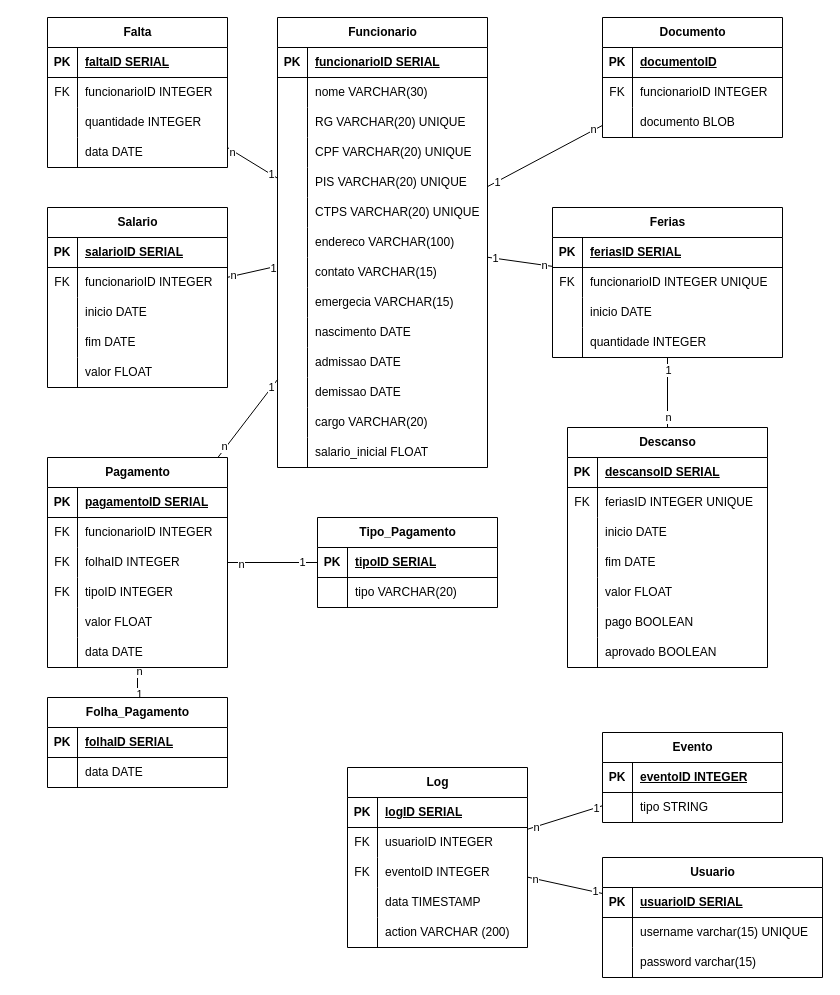
This is Primeiro Semestre/Entidade_Relacional.drawio from Lucas-RDV/TCC, a draw.io file, before an edit. Source tidied: cells renumbered, new cells numbered last; positions are measured from the earlier drawing's top-left corner, leaving out a move shared by most shapes. Both pictures are drawn from the tidied source at 100%, with x=0, y=0 at pixel (47, 17).
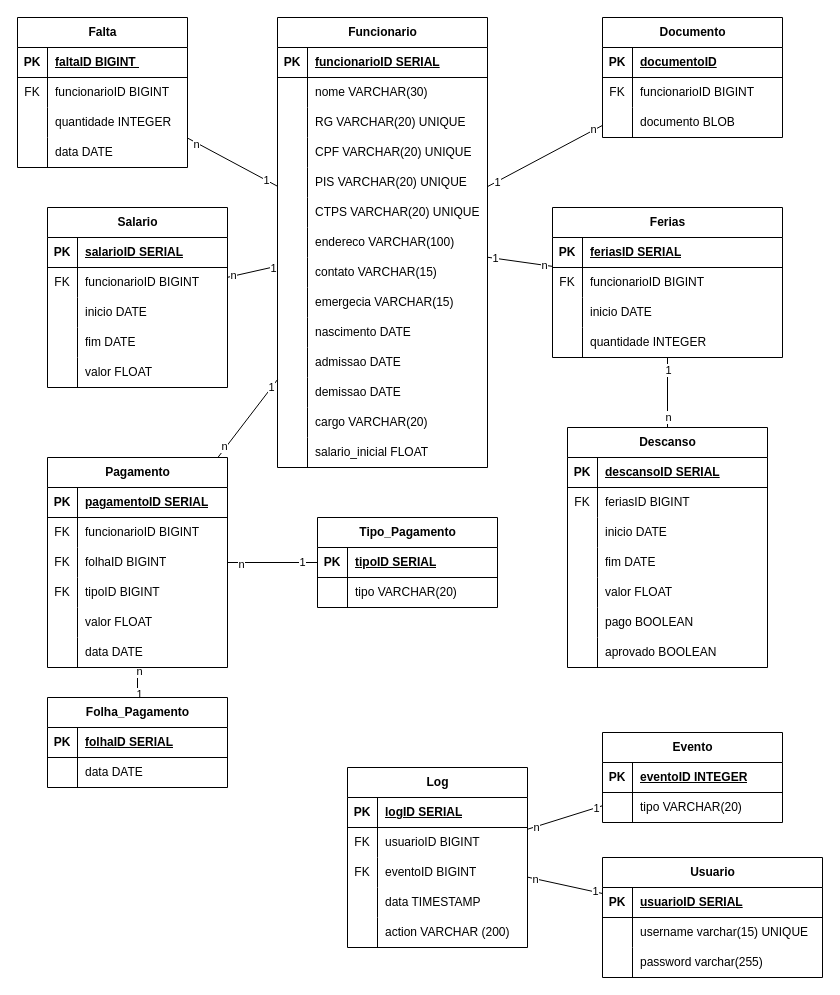
The same page after the edit.

The change refers to these unchanged cells:
```xml
<mxCell id="12" style="shape=tableRow;horizontal=0;startSize=0;swimlaneHead=0;swimlaneBody=0;fillColor=none;top=0;left=0;right=0;bottom=0;" parent="5" vertex="1">
  <mxGeometry y="90" width="220" height="30" as="geometry" />
</mxCell>
<mxCell id="65" style="shape=tableRow;horizontal=0;startSize=0;swimlaneHead=0;swimlaneBody=0;fillColor=none;top=0;left=0;right=0;bottom=0;" parent="61" vertex="1">
  <mxGeometry y="60" width="180" height="30" as="geometry" />
</mxCell>
<mxCell id="81" style="shape=tableRow;horizontal=0;startSize=0;swimlaneHead=0;swimlaneBody=0;fillColor=none;top=0;left=0;right=0;bottom=0;" parent="77" vertex="1">
  <mxGeometry y="60" width="200" height="30" as="geometry" />
</mxCell>
<mxCell id="106" style="shape=tableRow;horizontal=0;startSize=0;swimlaneHead=0;swimlaneBody=0;fillColor=none;top=0;left=0;right=0;bottom=0;" parent="102" vertex="1">
  <mxGeometry y="60" width="230" height="30" as="geometry" />
</mxCell>
<mxCell id="135" style="shape=tableRow;horizontal=0;startSize=0;swimlaneHead=0;swimlaneBody=0;fillColor=none;top=0;left=0;right=0;bottom=0;" parent="131" vertex="1">
  <mxGeometry y="60" width="180" height="30" as="geometry" />
</mxCell>
<mxCell id="157" style="shape=tableRow;horizontal=0;startSize=0;swimlaneHead=0;swimlaneBody=0;fillColor=none;top=0;left=0;right=0;bottom=0;" parent="153" vertex="1">
  <mxGeometry y="60" width="180" height="30" as="geometry" />
</mxCell>
<mxCell id="164" style="shape=tableRow;horizontal=0;startSize=0;swimlaneHead=0;swimlaneBody=0;fillColor=none;top=0;left=0;right=0;bottom=0;" parent="160" vertex="1">
  <mxGeometry y="60" width="180" height="30" as="geometry" />
</mxCell>
<mxCell id="167" style="shape=tableRow;horizontal=0;startSize=0;swimlaneHead=0;swimlaneBody=0;fillColor=none;top=0;left=0;right=0;bottom=0;" parent="160" vertex="1">
  <mxGeometry y="90" width="180" height="30" as="geometry" />
</mxCell>
<mxCell id="193" style="shape=tableRow;horizontal=0;startSize=0;swimlaneHead=0;swimlaneBody=0;fillColor=none;top=0;left=0;right=0;bottom=0;" parent="189" vertex="1">
  <mxGeometry y="60" width="180" height="30" as="geometry" />
</mxCell>
<mxCell id="196" style="shape=tableRow;horizontal=0;startSize=0;swimlaneHead=0;swimlaneBody=0;fillColor=none;top=0;left=0;right=0;bottom=0;" parent="189" vertex="1">
  <mxGeometry y="90" width="180" height="30" as="geometry" />
</mxCell>
<mxCell id="199" style="shape=tableRow;horizontal=0;startSize=0;swimlaneHead=0;swimlaneBody=0;fillColor=none;top=0;left=0;right=0;bottom=0;" parent="189" vertex="1">
  <mxGeometry y="120" width="180" height="30" as="geometry" />
</mxCell>
```

Diff of the diagram source:
```diff
@@
-    <mxCell id="14" value="password varchar(15)" style="shape=partialRectangle;fillColor=none;top=0;left=0;bottom=0;right=0;align=left;spacingLeft=6;overflow=hidden;whiteSpace=wrap;html=1;" parent="12" vertex="1">
+    <mxCell id="14" value="password varchar(255)" style="shape=partialRectangle;fillColor=none;top=0;left=0;bottom=0;right=0;align=left;spacingLeft=6;overflow=hidden;whiteSpace=wrap;html=1;" parent="12" vertex="1">
       <mxGeometry x="30" width="190" height="30" as="geometry" />
     </mxCell>
@@
-    <mxCell id="67" value="funcionarioID INTEGER" style="shape=partialRectangle;fillColor=none;top=0;left=0;bottom=0;right=0;align=left;spacingLeft=6;overflow=hidden;whiteSpace=wrap;html=1;" parent="65" vertex="1">
+    <mxCell id="67" value="funcionarioID BIGINT" style="shape=partialRectangle;fillColor=none;top=0;left=0;bottom=0;right=0;align=left;spacingLeft=6;overflow=hidden;whiteSpace=wrap;html=1;" parent="65" vertex="1">
       <mxGeometry x="30" width="150" height="30" as="geometry" />
     </mxCell>
@@
-    <mxCell id="83" value="feriasID INTEGER UNIQUE" style="shape=partialRectangle;fillColor=none;top=0;left=0;bottom=0;right=0;align=left;spacingLeft=6;overflow=hidden;whiteSpace=wrap;html=1;" parent="81" vertex="1">
+    <mxCell id="83" value="feriasID BIGINT" style="shape=partialRectangle;fillColor=none;top=0;left=0;bottom=0;right=0;align=left;spacingLeft=6;overflow=hidden;whiteSpace=wrap;html=1;" parent="81" vertex="1">
       <mxGeometry x="30" width="170" height="30" as="geometry" />
     </mxCell>
@@
-    <mxCell id="108" value="funcionarioID INTEGER UNIQUE" style="shape=partialRectangle;fillColor=none;top=0;left=0;bottom=0;right=0;align=left;spacingLeft=6;overflow=hidden;whiteSpace=wrap;html=1;" parent="106" vertex="1">
+    <mxCell id="108" value="funcionarioID BIGINT" style="shape=partialRectangle;fillColor=none;top=0;left=0;bottom=0;right=0;align=left;spacingLeft=6;overflow=hidden;whiteSpace=wrap;html=1;" parent="106" vertex="1">
       <mxGeometry x="30" width="200" height="30" as="geometry" />
     </mxCell>
@@
     <mxCell id="115" value="Falta" style="shape=table;startSize=30;childLayout=tableLayout;rowLines=0;fontStyle=1;align=center;html=1;" parent="1" vertex="1">
-      <mxGeometry width="180" height="150" as="geometry" />
+      <mxGeometry x="-30" width="170" height="150" as="geometry" />
     </mxCell>
     <mxCell id="116" style="shape=tableRow;horizontal=0;startSize=0;swimlaneHead=0;swimlaneBody=0;fillColor=none;top=0;left=0;right=0;bottom=1;" parent="115" vertex="1">
-      <mxGeometry y="30" width="180" height="30" as="geometry" />
+      <mxGeometry y="30" width="170" height="30" as="geometry" />
     </mxCell>
@@
-    <mxCell id="118" value="faltaID SERIAL" style="shape=partialRectangle;fillColor=none;top=0;left=0;bottom=0;right=0;align=left;spacingLeft=6;fontStyle=5;overflow=hidden;whiteSpace=wrap;html=1;" parent="116" vertex="1">
-      <mxGeometry x="30" width="150" height="30" as="geometry" />
+    <mxCell id="118" value="faltaID BIGINT&amp;nbsp;" style="shape=partialRectangle;fillColor=none;top=0;left=0;bottom=0;right=0;align=left;spacingLeft=6;fontStyle=5;overflow=hidden;whiteSpace=wrap;html=1;" parent="116" vertex="1">
+      <mxGeometry x="30" width="140" height="30" as="geometry" />
     </mxCell>
     <mxCell id="119" style="shape=tableRow;horizontal=0;startSize=0;swimlaneHead=0;swimlaneBody=0;fillColor=none;top=0;left=0;right=0;bottom=0;" parent="115" vertex="1">
-      <mxGeometry y="60" width="180" height="30" as="geometry" />
+      <mxGeometry y="60" width="170" height="30" as="geometry" />
     </mxCell>
@@
-    <mxCell id="121" value="funcionarioID INTEGER" style="shape=partialRectangle;fillColor=none;top=0;left=0;bottom=0;right=0;align=left;spacingLeft=6;overflow=hidden;whiteSpace=wrap;html=1;" parent="119" vertex="1">
-      <mxGeometry x="30" width="150" height="30" as="geometry" />
+    <mxCell id="121" value="funcionarioID BIGINT" style="shape=partialRectangle;fillColor=none;top=0;left=0;bottom=0;right=0;align=left;spacingLeft=6;overflow=hidden;whiteSpace=wrap;html=1;" parent="119" vertex="1">
+      <mxGeometry x="30" width="140" height="30" as="geometry" />
     </mxCell>
     <mxCell id="122" style="shape=tableRow;horizontal=0;startSize=0;swimlaneHead=0;swimlaneBody=0;fillColor=none;top=0;left=0;right=0;bottom=0;" parent="115" vertex="1">
-      <mxGeometry y="90" width="180" height="30" as="geometry" />
+      <mxGeometry y="90" width="170" height="30" as="geometry" />
     </mxCell>
@@
     <mxCell id="124" value="quantidade INTEGER" style="shape=partialRectangle;fillColor=none;top=0;left=0;bottom=0;right=0;align=left;spacingLeft=6;overflow=hidden;whiteSpace=wrap;html=1;" parent="122" vertex="1">
-      <mxGeometry x="30" width="150" height="30" as="geometry" />
+      <mxGeometry x="30" width="140" height="30" as="geometry" />
     </mxCell>
     <mxCell id="125" style="shape=tableRow;horizontal=0;startSize=0;swimlaneHead=0;swimlaneBody=0;fillColor=none;top=0;left=0;right=0;bottom=0;" parent="115" vertex="1">
-      <mxGeometry y="120" width="180" height="30" as="geometry" />
+      <mxGeometry y="120" width="170" height="30" as="geometry" />
     </mxCell>
@@
     <mxCell id="127" value="data DATE" style="shape=partialRectangle;fillColor=none;top=0;left=0;bottom=0;right=0;align=left;spacingLeft=6;overflow=hidden;whiteSpace=wrap;html=1;" parent="125" vertex="1">
-      <mxGeometry x="30" width="150" height="30" as="geometry" />
+      <mxGeometry x="30" width="140" height="30" as="geometry" />
     </mxCell>
@@
-    <mxCell id="137" value="funcionarioID INTEGER" style="shape=partialRectangle;fillColor=none;top=0;left=0;bottom=0;right=0;align=left;spacingLeft=6;overflow=hidden;whiteSpace=wrap;html=1;" parent="135" vertex="1">
+    <mxCell id="137" value="funcionarioID BIGINT" style="shape=partialRectangle;fillColor=none;top=0;left=0;bottom=0;right=0;align=left;spacingLeft=6;overflow=hidden;whiteSpace=wrap;html=1;" parent="135" vertex="1">
       <mxGeometry x="30" width="150" height="30" as="geometry" />
     </mxCell>
@@
-    <mxCell id="159" value="tipo STRING" style="shape=partialRectangle;fillColor=none;top=0;left=0;bottom=0;right=0;align=left;spacingLeft=6;overflow=hidden;whiteSpace=wrap;html=1;" parent="157" vertex="1">
+    <mxCell id="159" value="tipo VARCHAR(20)" style="shape=partialRectangle;fillColor=none;top=0;left=0;bottom=0;right=0;align=left;spacingLeft=6;overflow=hidden;whiteSpace=wrap;html=1;" parent="157" vertex="1">
       <mxGeometry x="30" width="150" height="30" as="geometry" />
     </mxCell>
@@
-    <mxCell id="166" value="usuarioID INTEGER" style="shape=partialRectangle;fillColor=none;top=0;left=0;bottom=0;right=0;align=left;spacingLeft=6;overflow=hidden;whiteSpace=wrap;html=1;" parent="164" vertex="1">
+    <mxCell id="166" value="usuarioID BIGINT" style="shape=partialRectangle;fillColor=none;top=0;left=0;bottom=0;right=0;align=left;spacingLeft=6;overflow=hidden;whiteSpace=wrap;html=1;" parent="164" vertex="1">
       <mxGeometry x="30" width="150" height="30" as="geometry" />
     </mxCell>
@@
-    <mxCell id="169" value="eventoID INTEGER" style="shape=partialRectangle;fillColor=none;top=0;left=0;bottom=0;right=0;align=left;spacingLeft=6;overflow=hidden;whiteSpace=wrap;html=1;" parent="167" vertex="1">
+    <mxCell id="169" value="eventoID BIGINT" style="shape=partialRectangle;fillColor=none;top=0;left=0;bottom=0;right=0;align=left;spacingLeft=6;overflow=hidden;whiteSpace=wrap;html=1;" parent="167" vertex="1">
       <mxGeometry x="30" width="150" height="30" as="geometry" />
     </mxCell>
@@
-    <mxCell id="195" value="funcionarioID INTEGER" style="shape=partialRectangle;fillColor=none;top=0;left=0;bottom=0;right=0;align=left;spacingLeft=6;overflow=hidden;whiteSpace=wrap;html=1;" parent="193" vertex="1">
+    <mxCell id="195" value="funcionarioID BIGINT" style="shape=partialRectangle;fillColor=none;top=0;left=0;bottom=0;right=0;align=left;spacingLeft=6;overflow=hidden;whiteSpace=wrap;html=1;" parent="193" vertex="1">
       <mxGeometry x="30" width="150" height="30" as="geometry" />
     </mxCell>
@@
-    <mxCell id="198" value="folhaID INTEGER" style="shape=partialRectangle;fillColor=none;top=0;left=0;bottom=0;right=0;align=left;spacingLeft=6;overflow=hidden;whiteSpace=wrap;html=1;" parent="196" vertex="1">
+    <mxCell id="198" value="folhaID BIGINT" style="shape=partialRectangle;fillColor=none;top=0;left=0;bottom=0;right=0;align=left;spacingLeft=6;overflow=hidden;whiteSpace=wrap;html=1;" parent="196" vertex="1">
       <mxGeometry x="30" width="150" height="30" as="geometry" />
     </mxCell>
@@
-    <mxCell id="201" value="tipoID INTEGER" style="shape=partialRectangle;fillColor=none;top=0;left=0;bottom=0;right=0;align=left;spacingLeft=6;overflow=hidden;whiteSpace=wrap;html=1;" parent="199" vertex="1">
+    <mxCell id="201" value="tipoID BIGINT" style="shape=partialRectangle;fillColor=none;top=0;left=0;bottom=0;right=0;align=left;spacingLeft=6;overflow=hidden;whiteSpace=wrap;html=1;" parent="199" vertex="1">
       <mxGeometry x="30" width="150" height="30" as="geometry" />
     </mxCell>
```
